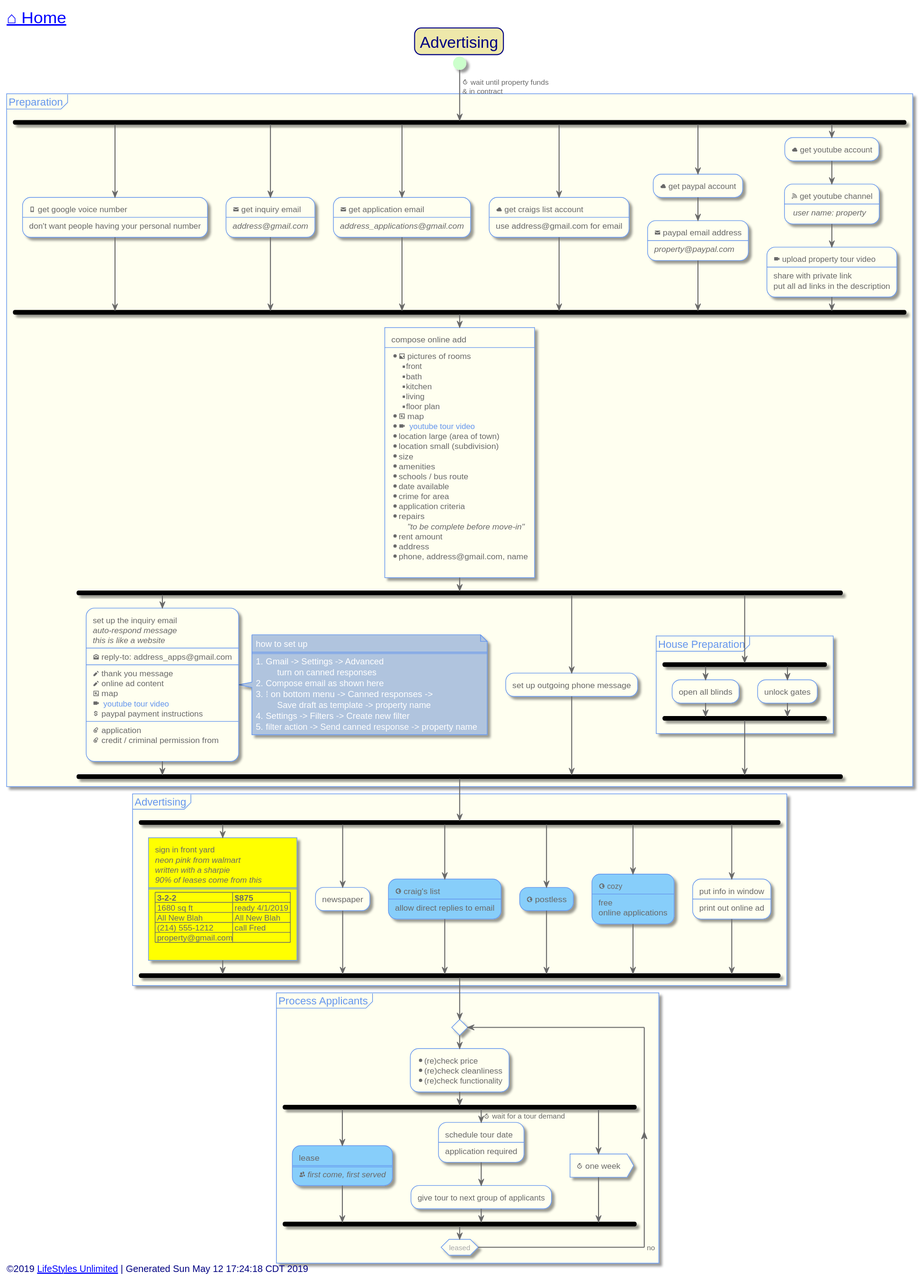
Above: out/src/single-family/advertising.svg in toddmo/lifestylesunlimited (PlantUML), before the change.
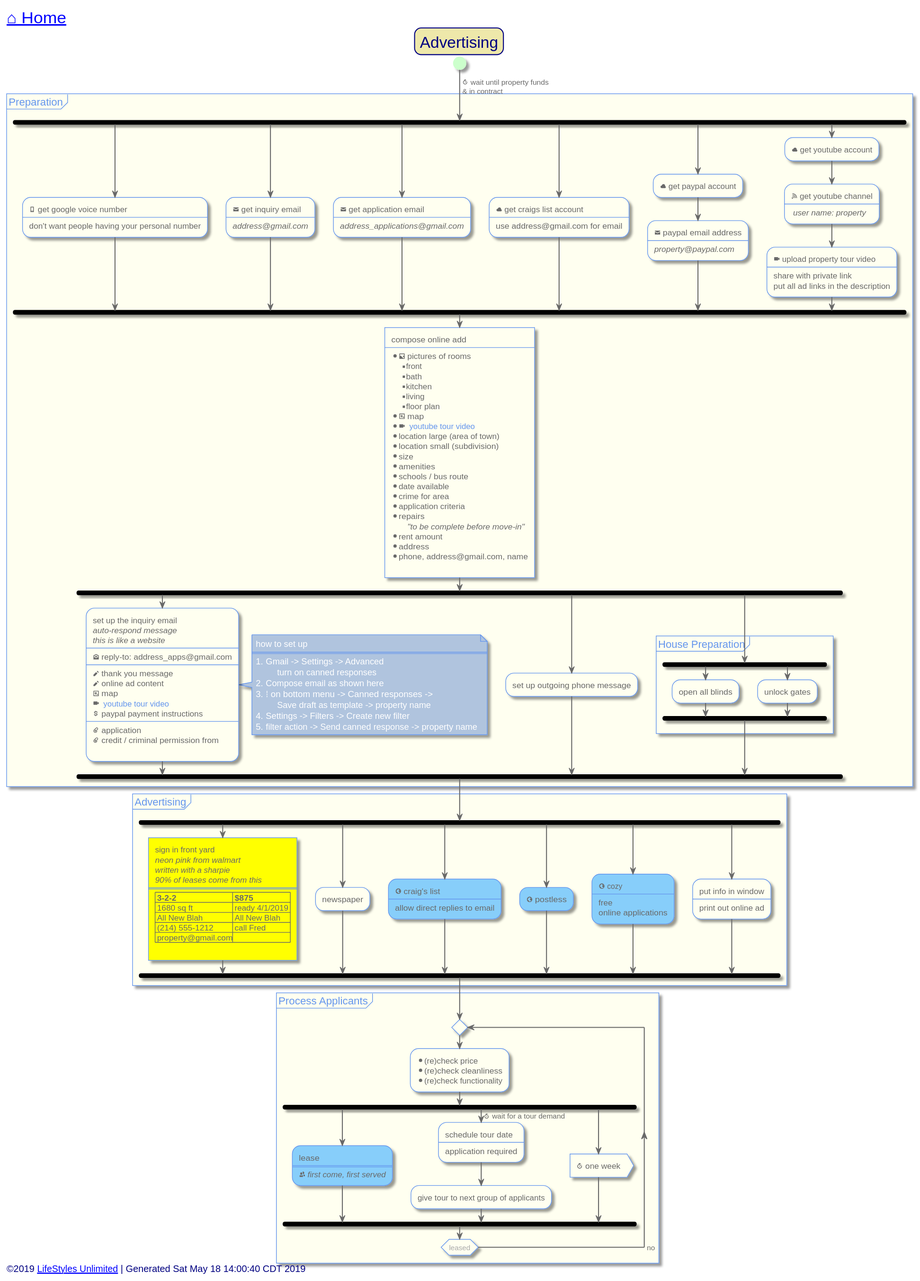
After the commit.

Diff of the diagram source:
```diff
@@ -236,7 +236,7 @@
 
 
 left footer
-	<font size=14>©2019 [[http://www.lifestylesunlimited.com LifeStyles Unlimited]] | Generated Sun May 12 17:24:18 CDT 2019</font>
+	<font size=14>©2019 [[http://www.lifestylesunlimited.com LifeStyles Unlimited]] | Generated Sat May 18 14:00:40 CDT 2019</font>
 endfooter
 
 
```
